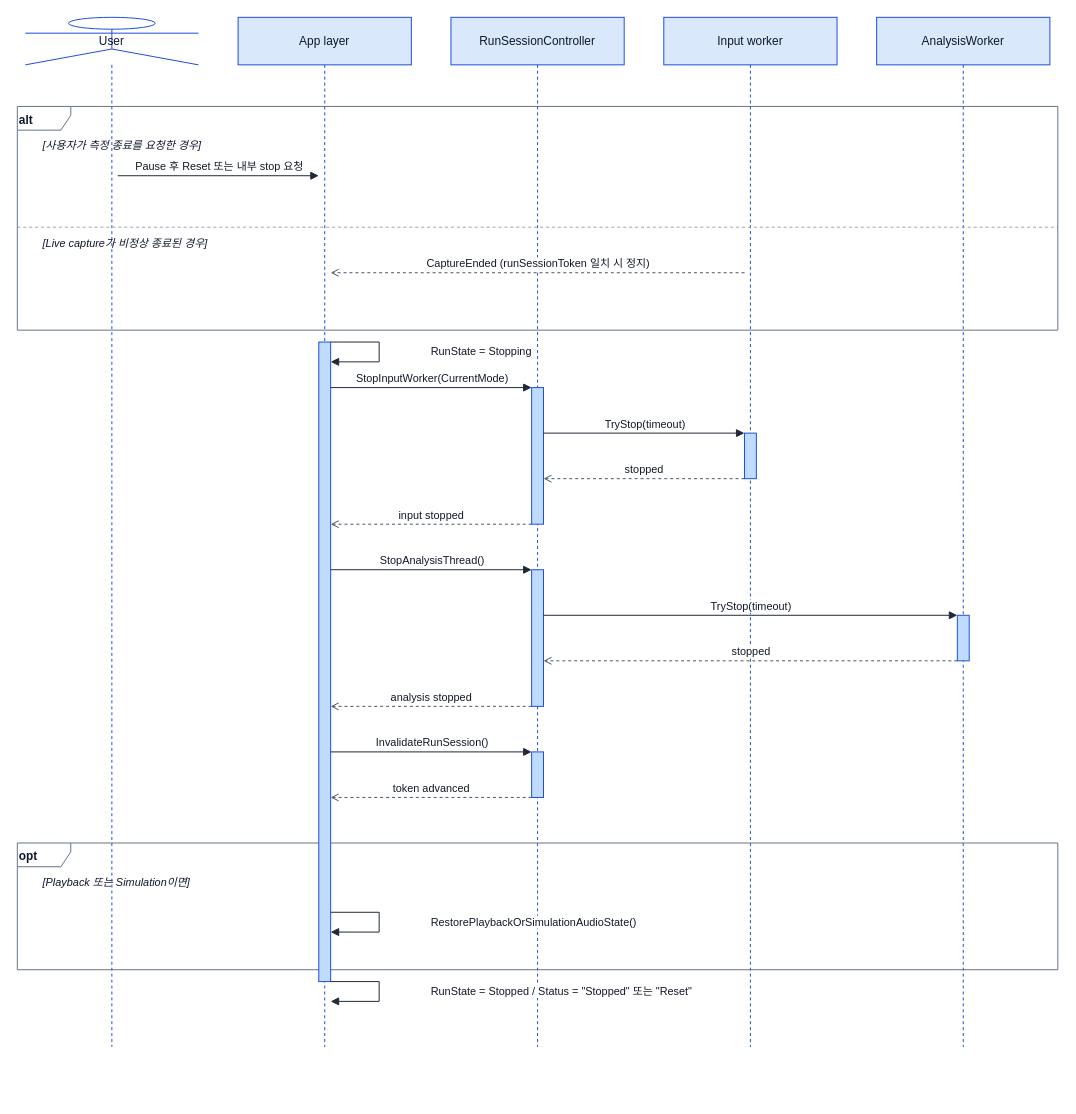
This is page "Level 2.4 · 측정 종료 (사용자 요청 / Live capture 종료)" (5 of 7) of docs/architecture/Sequence/sequence.drawio from Jae-hong-5/TimeGrapher-Net, a draw.io file, before an edit. Source tidied: cells renumbered, new cells numbered last; positions are measured from the earlier drawing's top-left corner, leaving out a move shared by most shapes. Both pictures are drawn from the tidied source at 99%, with x=0, y=0 at pixel (17, 17).
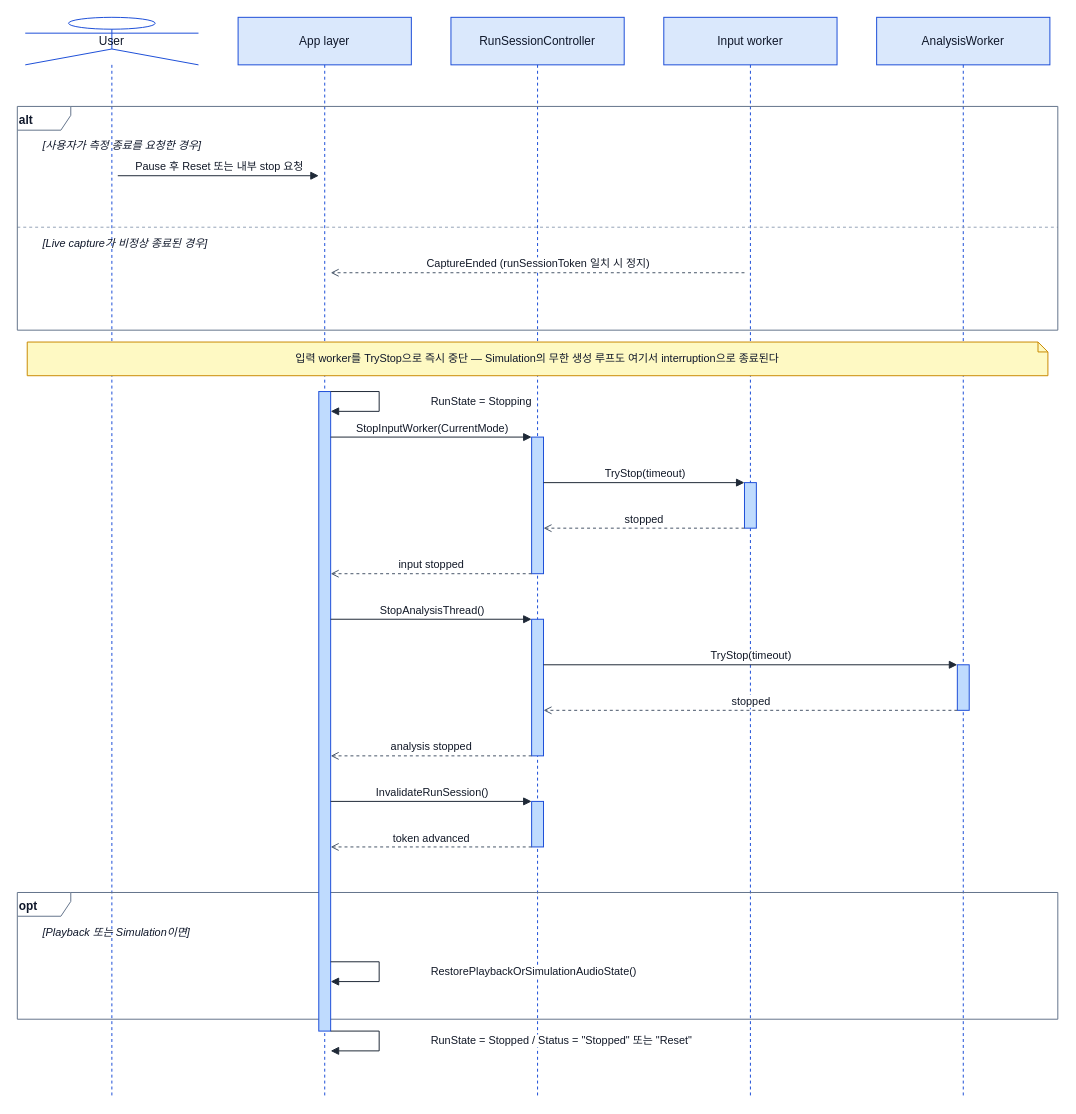
The same diagram, later.

What changed in the source:
```diff
@@
     <mxCell id="2" value="User" style="shape=umlLifeline;participant=umlActor;perimeter=lifelinePerimeter;whiteSpace=wrap;html=1;size=48;fillColor=none;strokeColor=#1d4ed8;fontColor=#0f172a;fontSize=12;" parent="1" vertex="1">
-      <mxGeometry x="8" width="175" height="1040" as="geometry" />
+      <mxGeometry x="8" width="175" height="1090" as="geometry" />
     </mxCell>
     <mxCell id="3" value="App layer" style="shape=umlLifeline;perimeter=lifelinePerimeter;whiteSpace=wrap;html=1;size=48;fillColor=#dae8fc;strokeColor=#1d4ed8;fontColor=#0f172a;fontSize=12;" parent="1" vertex="1">
-      <mxGeometry x="223" width="175" height="1040" as="geometry" />
+      <mxGeometry x="223" width="175" height="1090" as="geometry" />
     </mxCell>
     <mxCell id="4" value="RunSessionController" style="shape=umlLifeline;perimeter=lifelinePerimeter;whiteSpace=wrap;html=1;size=48;fillColor=#dae8fc;strokeColor=#1d4ed8;fontColor=#0f172a;fontSize=12;" parent="1" vertex="1">
-      <mxGeometry x="438" width="175" height="1040" as="geometry" />
+      <mxGeometry x="438" width="175" height="1090" as="geometry" />
     </mxCell>
     <mxCell id="5" value="Input worker" style="shape=umlLifeline;perimeter=lifelinePerimeter;whiteSpace=wrap;html=1;size=48;fillColor=#dae8fc;strokeColor=#1d4ed8;fontColor=#0f172a;fontSize=12;" parent="1" vertex="1">
-      <mxGeometry x="653" width="175" height="1040" as="geometry" />
+      <mxGeometry x="653" width="175" height="1090" as="geometry" />
     </mxCell>
     <mxCell id="6" value="AnalysisWorker" style="shape=umlLifeline;perimeter=lifelinePerimeter;whiteSpace=wrap;html=1;size=48;fillColor=#dae8fc;strokeColor=#1d4ed8;fontColor=#0f172a;fontSize=12;" parent="1" vertex="1">
-      <mxGeometry x="868" width="175" height="1040" as="geometry" />
+      <mxGeometry x="868" width="175" height="1090" as="geometry" />
     </mxCell>
@@
     <mxCell id="9" value="opt" style="shape=umlFrame;whiteSpace=wrap;html=1;fillColor=none;strokeColor=#64748b;fontColor=#0f172a;fontSize=12;fontStyle=1;width=54;height=24;verticalAlign=top;align=left;" parent="1" vertex="1">
-      <mxGeometry y="834" width="1051" height="128" as="geometry" />
+      <mxGeometry y="884" width="1051" height="128" as="geometry" />
     </mxCell>
-    <mxCell id="10" style="html=1;perimeter=orthogonalPerimeter;fillColor=#bfdbfe;strokeColor=#1d4ed8;" parent="1" vertex="1">
-      <mxGeometry x="734.5" y="420" width="12" height="46" as="geometry" />
-    </mxCell>
-    <mxCell id="11" style="html=1;perimeter=orthogonalPerimeter;fillColor=#bfdbfe;strokeColor=#1d4ed8;" parent="1" vertex="1">
-      <mxGeometry x="519.5" y="374" width="12" height="138" as="geometry" />
-    </mxCell>
-    <mxCell id="12" style="html=1;perimeter=orthogonalPerimeter;fillColor=#bfdbfe;strokeColor=#1d4ed8;" parent="1" vertex="1">
-      <mxGeometry x="949.5" y="604" width="12" height="46" as="geometry" />
-    </mxCell>
-    <mxCell id="13" style="html=1;perimeter=orthogonalPerimeter;fillColor=#bfdbfe;strokeColor=#1d4ed8;" parent="1" vertex="1">
-      <mxGeometry x="519.5" y="558" width="12" height="138" as="geometry" />
-    </mxCell>
-    <mxCell id="14" style="html=1;perimeter=orthogonalPerimeter;fillColor=#bfdbfe;strokeColor=#1d4ed8;" parent="1" vertex="1">
-      <mxGeometry x="519.5" y="742" width="12" height="46" as="geometry" />
-    </mxCell>
-    <mxCell id="15" style="html=1;perimeter=orthogonalPerimeter;fillColor=#bfdbfe;strokeColor=#1d4ed8;" parent="1" vertex="1">
-      <mxGeometry x="304.5" y="328" width="12" height="646" as="geometry" />
-    </mxCell>
+    <mxCell id="34" style="html=1;perimeter=orthogonalPerimeter;fillColor=#bfdbfe;strokeColor=#1d4ed8;" parent="1" vertex="1">
+      <mxGeometry x="734.5" y="470" width="12" height="46" as="geometry" />
+    </mxCell>
+    <mxCell id="35" style="html=1;perimeter=orthogonalPerimeter;fillColor=#bfdbfe;strokeColor=#1d4ed8;" parent="1" vertex="1">
+      <mxGeometry x="519.5" y="424" width="12" height="138" as="geometry" />
+    </mxCell>
+    <mxCell id="36" style="html=1;perimeter=orthogonalPerimeter;fillColor=#bfdbfe;strokeColor=#1d4ed8;" parent="1" vertex="1">
+      <mxGeometry x="949.5" y="654" width="12" height="46" as="geometry" />
+    </mxCell>
+    <mxCell id="37" style="html=1;perimeter=orthogonalPerimeter;fillColor=#bfdbfe;strokeColor=#1d4ed8;" parent="1" vertex="1">
+      <mxGeometry x="519.5" y="608" width="12" height="138" as="geometry" />
+    </mxCell>
+    <mxCell id="38" style="html=1;perimeter=orthogonalPerimeter;fillColor=#bfdbfe;strokeColor=#1d4ed8;" parent="1" vertex="1">
+      <mxGeometry x="519.5" y="792" width="12" height="46" as="geometry" />
+    </mxCell>
+    <mxCell id="39" style="html=1;perimeter=orthogonalPerimeter;fillColor=#bfdbfe;strokeColor=#1d4ed8;" parent="1" vertex="1">
+      <mxGeometry x="304.5" y="378" width="12" height="646" as="geometry" />
+    </mxCell>
@@
     <mxCell id="18" value="RunState = Stopping" style="html=1;verticalAlign=middle;align=left;startArrow=none;endArrow=block;rounded=0;labelBackgroundColor=#ffffff;strokeColor=#1f2937;fontColor=#111827;labelBorderColor=none;" parent="1" edge="1">
       <mxGeometry relative="1" as="geometry">
-        <mxPoint x="316.5" y="328" as="sourcePoint" />
-        <mxPoint x="316.5" y="348" as="targetPoint" />
+        <mxPoint x="316.5" y="378" as="sourcePoint" />
+        <mxPoint x="316.5" y="398" as="targetPoint" />
         <Array as="points">
-          <mxPoint x="365.5" y="328" />
-          <mxPoint x="365.5" y="348" />
+          <mxPoint x="365.5" y="378" />
+          <mxPoint x="365.5" y="398" />
         </Array>
         <mxPoint x="50" as="offset" />
       </mxGeometry>
     </mxCell>
-    <mxCell id="19" value="StopInputWorker(CurrentMode)" style="html=1;verticalAlign=bottom;startArrow=none;endArrow=block;rounded=0;labelBackgroundColor=#ffffff;strokeColor=#1f2937;fontColor=#111827;labelBorderColor=none;" parent="1" edge="1">
-      <mxGeometry relative="1" as="geometry">
-        <mxPoint x="316.5" y="374" as="sourcePoint" />
-        <mxPoint x="519.5" y="374" as="targetPoint" />
-      </mxGeometry>
-    </mxCell>
-    <mxCell id="20" value="TryStop(timeout)" style="html=1;verticalAlign=bottom;startArrow=none;endArrow=block;rounded=0;labelBackgroundColor=#ffffff;strokeColor=#1f2937;fontColor=#111827;labelBorderColor=none;" parent="1" edge="1">
+    <mxCell id="20" value="StopInputWorker(CurrentMode)" style="html=1;verticalAlign=bottom;startArrow=none;endArrow=block;rounded=0;labelBackgroundColor=#ffffff;strokeColor=#1f2937;fontColor=#111827;labelBorderColor=none;" parent="1" edge="1">
       <mxGeometry relative="1" as="geometry">
-        <mxPoint x="531.5" y="420" as="sourcePoint" />
-        <mxPoint x="734.5" y="420" as="targetPoint" />
+        <mxPoint x="316.5" y="424" as="sourcePoint" />
+        <mxPoint x="519.5" y="424" as="targetPoint" />
       </mxGeometry>
     </mxCell>
-    <mxCell id="21" value="stopped" style="html=1;verticalAlign=bottom;startArrow=none;endArrow=open;dashed=1;rounded=0;labelBackgroundColor=#ffffff;strokeColor=#475569;fontColor=#111827;labelBorderColor=none;" parent="1" edge="1">
+    <mxCell id="21" value="TryStop(timeout)" style="html=1;verticalAlign=bottom;startArrow=none;endArrow=block;rounded=0;labelBackgroundColor=#ffffff;strokeColor=#1f2937;fontColor=#111827;labelBorderColor=none;" parent="1" edge="1">
       <mxGeometry relative="1" as="geometry">
-        <mxPoint x="734.5" y="466" as="sourcePoint" />
-        <mxPoint x="531.5" y="466" as="targetPoint" />
+        <mxPoint x="531.5" y="470" as="sourcePoint" />
+        <mxPoint x="734.5" y="470" as="targetPoint" />
       </mxGeometry>
     </mxCell>
+    <mxCell id="40" value="stopped" style="html=1;verticalAlign=bottom;startArrow=none;endArrow=open;dashed=1;rounded=0;labelBackgroundColor=#ffffff;strokeColor=#475569;fontColor=#111827;labelBorderColor=none;" parent="1" edge="1">
+      <mxGeometry relative="1" as="geometry">
+        <mxPoint x="734.5" y="516" as="sourcePoint" />
+        <mxPoint x="531.5" y="516" as="targetPoint" />
+      </mxGeometry>
+    </mxCell>
     <mxCell id="22" value="input stopped" style="html=1;verticalAlign=bottom;startArrow=none;endArrow=open;dashed=1;rounded=0;labelBackgroundColor=#ffffff;strokeColor=#475569;fontColor=#111827;labelBorderColor=none;" parent="1" edge="1">
       <mxGeometry relative="1" as="geometry">
-        <mxPoint x="519.5" y="512" as="sourcePoint" />
-        <mxPoint x="316.5" y="512" as="targetPoint" />
+        <mxPoint x="519.5" y="562" as="sourcePoint" />
+        <mxPoint x="316.5" y="562" as="targetPoint" />
       </mxGeometry>
     </mxCell>
-    <mxCell id="23" value="StopAnalysisThread()" style="html=1;verticalAlign=bottom;startArrow=none;endArrow=block;rounded=0;labelBackgroundColor=#ffffff;strokeColor=#1f2937;fontColor=#111827;labelBorderColor=none;" parent="1" edge="1">
-      <mxGeometry relative="1" as="geometry">
-        <mxPoint x="316.5" y="558" as="sourcePoint" />
-        <mxPoint x="519.5" y="558" as="targetPoint" />
-      </mxGeometry>
-    </mxCell>
-    <mxCell id="24" value="TryStop(timeout)" style="html=1;verticalAlign=bottom;startArrow=none;endArrow=block;rounded=0;labelBackgroundColor=#ffffff;strokeColor=#1f2937;fontColor=#111827;labelBorderColor=none;" parent="1" edge="1">
+    <mxCell id="24" value="StopAnalysisThread()" style="html=1;verticalAlign=bottom;startArrow=none;endArrow=block;rounded=0;labelBackgroundColor=#ffffff;strokeColor=#1f2937;fontColor=#111827;labelBorderColor=none;" parent="1" edge="1">
       <mxGeometry relative="1" as="geometry">
-        <mxPoint x="531.5" y="604" as="sourcePoint" />
-        <mxPoint x="949.5" y="604" as="targetPoint" />
+        <mxPoint x="316.5" y="608" as="sourcePoint" />
+        <mxPoint x="519.5" y="608" as="targetPoint" />
       </mxGeometry>
     </mxCell>
-    <mxCell id="25" value="stopped" style="html=1;verticalAlign=bottom;startArrow=none;endArrow=open;dashed=1;rounded=0;labelBackgroundColor=#ffffff;strokeColor=#475569;fontColor=#111827;labelBorderColor=none;" parent="1" edge="1">
+    <mxCell id="25" value="TryStop(timeout)" style="html=1;verticalAlign=bottom;startArrow=none;endArrow=block;rounded=0;labelBackgroundColor=#ffffff;strokeColor=#1f2937;fontColor=#111827;labelBorderColor=none;" parent="1" edge="1">
       <mxGeometry relative="1" as="geometry">
-        <mxPoint x="949.5" y="650" as="sourcePoint" />
-        <mxPoint x="531.5" y="650" as="targetPoint" />
+        <mxPoint x="531.5" y="654" as="sourcePoint" />
+        <mxPoint x="949.5" y="654" as="targetPoint" />
       </mxGeometry>
     </mxCell>
+    <mxCell id="41" value="stopped" style="html=1;verticalAlign=bottom;startArrow=none;endArrow=open;dashed=1;rounded=0;labelBackgroundColor=#ffffff;strokeColor=#475569;fontColor=#111827;labelBorderColor=none;" parent="1" edge="1">
+      <mxGeometry relative="1" as="geometry">
+        <mxPoint x="949.5" y="700" as="sourcePoint" />
+        <mxPoint x="531.5" y="700" as="targetPoint" />
+      </mxGeometry>
+    </mxCell>
     <mxCell id="26" value="analysis stopped" style="html=1;verticalAlign=bottom;startArrow=none;endArrow=open;dashed=1;rounded=0;labelBackgroundColor=#ffffff;strokeColor=#475569;fontColor=#111827;labelBorderColor=none;" parent="1" edge="1">
       <mxGeometry relative="1" as="geometry">
-        <mxPoint x="519.5" y="696" as="sourcePoint" />
-        <mxPoint x="316.5" y="696" as="targetPoint" />
+        <mxPoint x="519.5" y="746" as="sourcePoint" />
+        <mxPoint x="316.5" y="746" as="targetPoint" />
       </mxGeometry>
     </mxCell>
-    <mxCell id="27" value="InvalidateRunSession()" style="html=1;verticalAlign=bottom;startArrow=none;endArrow=block;rounded=0;labelBackgroundColor=#ffffff;strokeColor=#1f2937;fontColor=#111827;labelBorderColor=none;" parent="1" edge="1">
-      <mxGeometry relative="1" as="geometry">
-        <mxPoint x="316.5" y="742" as="sourcePoint" />
-        <mxPoint x="519.5" y="742" as="targetPoint" />
-      </mxGeometry>
-    </mxCell>
-    <mxCell id="28" value="token advanced" style="html=1;verticalAlign=bottom;startArrow=none;endArrow=open;dashed=1;rounded=0;labelBackgroundColor=#ffffff;strokeColor=#475569;fontColor=#111827;labelBorderColor=none;" parent="1" edge="1">
+    <mxCell id="28" value="InvalidateRunSession()" style="html=1;verticalAlign=bottom;startArrow=none;endArrow=block;rounded=0;labelBackgroundColor=#ffffff;strokeColor=#1f2937;fontColor=#111827;labelBorderColor=none;" parent="1" edge="1">
       <mxGeometry relative="1" as="geometry">
-        <mxPoint x="519.5" y="788" as="sourcePoint" />
-        <mxPoint x="316.5" y="788" as="targetPoint" />
+        <mxPoint x="316.5" y="792" as="sourcePoint" />
+        <mxPoint x="519.5" y="792" as="targetPoint" />
       </mxGeometry>
     </mxCell>
+    <mxCell id="42" value="token advanced" style="html=1;verticalAlign=bottom;startArrow=none;endArrow=open;dashed=1;rounded=0;labelBackgroundColor=#ffffff;strokeColor=#475569;fontColor=#111827;labelBorderColor=none;" parent="1" edge="1">
+      <mxGeometry relative="1" as="geometry">
+        <mxPoint x="519.5" y="838" as="sourcePoint" />
+        <mxPoint x="316.5" y="838" as="targetPoint" />
+      </mxGeometry>
+    </mxCell>
     <mxCell id="29" value="RestorePlaybackOrSimulationAudioState()" style="html=1;verticalAlign=middle;align=left;startArrow=none;endArrow=block;rounded=0;labelBackgroundColor=#ffffff;strokeColor=#1f2937;fontColor=#111827;labelBorderColor=none;" parent="1" edge="1">
       <mxGeometry relative="1" as="geometry">
-        <mxPoint x="316.5" y="904" as="sourcePoint" />
-        <mxPoint x="316.5" y="924" as="targetPoint" />
+        <mxPoint x="316.5" y="954" as="sourcePoint" />
+        <mxPoint x="316.5" y="974" as="targetPoint" />
         <Array as="points">
-          <mxPoint x="365.5" y="904" />
-          <mxPoint x="365.5" y="924" />
+          <mxPoint x="365.5" y="954" />
+          <mxPoint x="365.5" y="974" />
         </Array>
         <mxPoint x="50" as="offset" />
       </mxGeometry>
     </mxCell>
     <mxCell id="30" value="RunState = Stopped / Status = &quot;Stopped&quot; 또는 &quot;Reset&quot;" style="html=1;verticalAlign=middle;align=left;startArrow=none;endArrow=block;rounded=0;labelBackgroundColor=#ffffff;strokeColor=#1f2937;fontColor=#111827;labelBorderColor=none;" parent="1" edge="1">
       <mxGeometry relative="1" as="geometry">
-        <mxPoint x="316.5" y="974" as="sourcePoint" />
-        <mxPoint x="316.5" y="994" as="targetPoint" />
+        <mxPoint x="316.5" y="1024" as="sourcePoint" />
+        <mxPoint x="316.5" y="1044" as="targetPoint" />
         <Array as="points">
-          <mxPoint x="365.5" y="974" />
-          <mxPoint x="365.5" y="994" />
+          <mxPoint x="365.5" y="1024" />
+          <mxPoint x="365.5" y="1044" />
         </Array>
         <mxPoint x="50" as="offset" />
       </mxGeometry>
     </mxCell>
@@
+    <mxCell id="43" value="입력 worker를 TryStop으로 즉시 중단 — Simulation의 무한 생성 루프도 여기서 interruption으로 종료된다" style="shape=note;whiteSpace=wrap;html=1;fillColor=#fef9c3;strokeColor=#ca8a04;fontColor=#0f172a;fontSize=11;align=center;verticalAlign=middle;size=10;" parent="1" vertex="1">
+      <mxGeometry x="10" y="328" width="1031" height="34" as="geometry" />
+    </mxCell>
     <mxCell id="33" value="[Playback 또는 Simulation이면]" style="text;html=1;strokeColor=none;fillColor=none;align=left;verticalAlign=middle;fontSize=11;fontColor=#0f172a;fontStyle=2;" parent="1" vertex="1">
-      <mxGeometry x="24" y="864" width="1011" height="20" as="geometry" />
+      <mxGeometry x="24" y="914" width="1011" height="20" as="geometry" />
     </mxCell>
```
